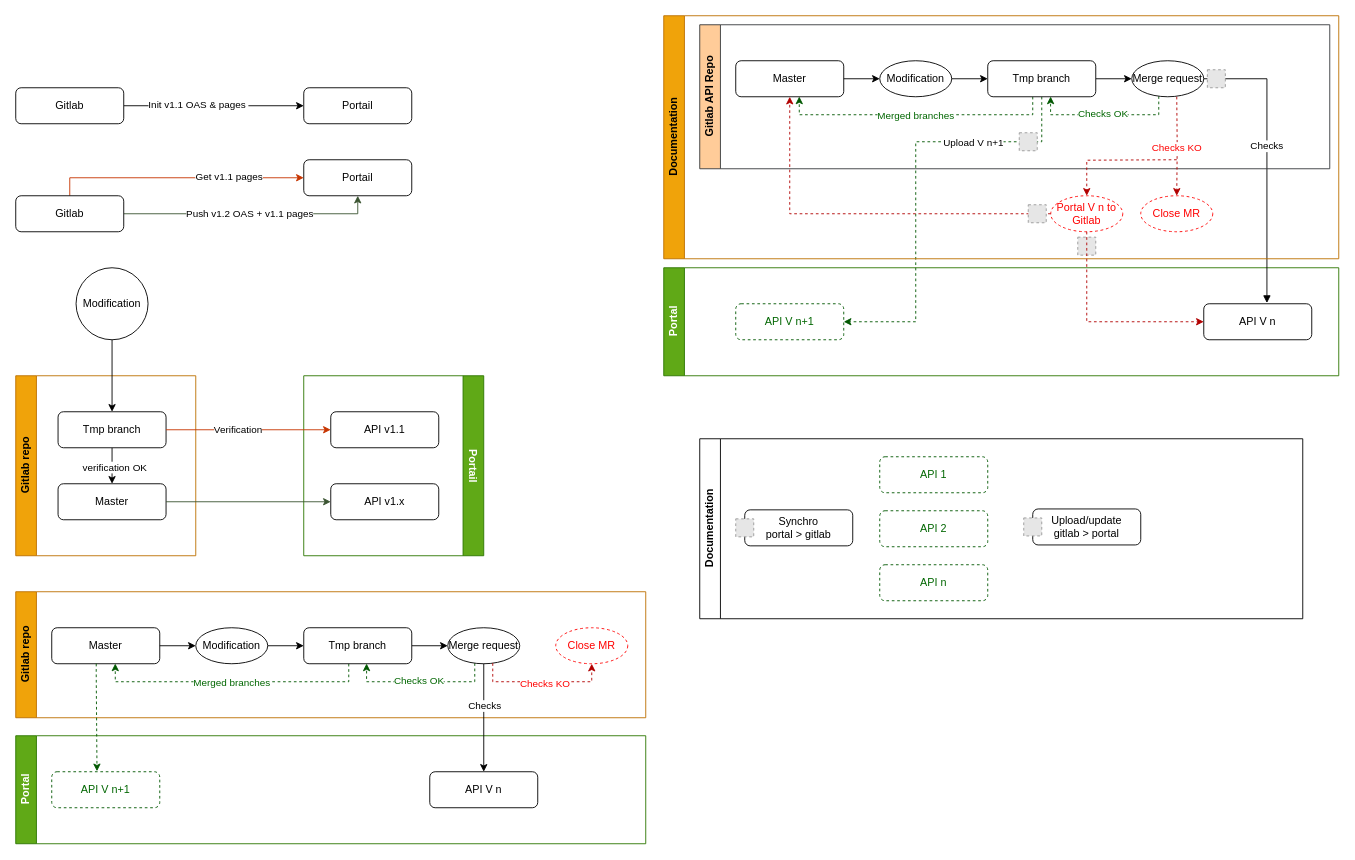
This is page "Page-3" (3 of 4) of Pronovix-cicd-implementation.drawio from 41M3/draw.io, a draw.io file, before an edit. Source tidied: cells renumbered, new cells numbered last; positions are measured from the earlier drawing's top-left corner, leaving out a move shared by most shapes. Both pictures are drawn from the tidied source at 90%, with x=0, y=0 at pixel (15, 15). Pictures stored in the file or linked from it are replaced by grey dashed boxes.
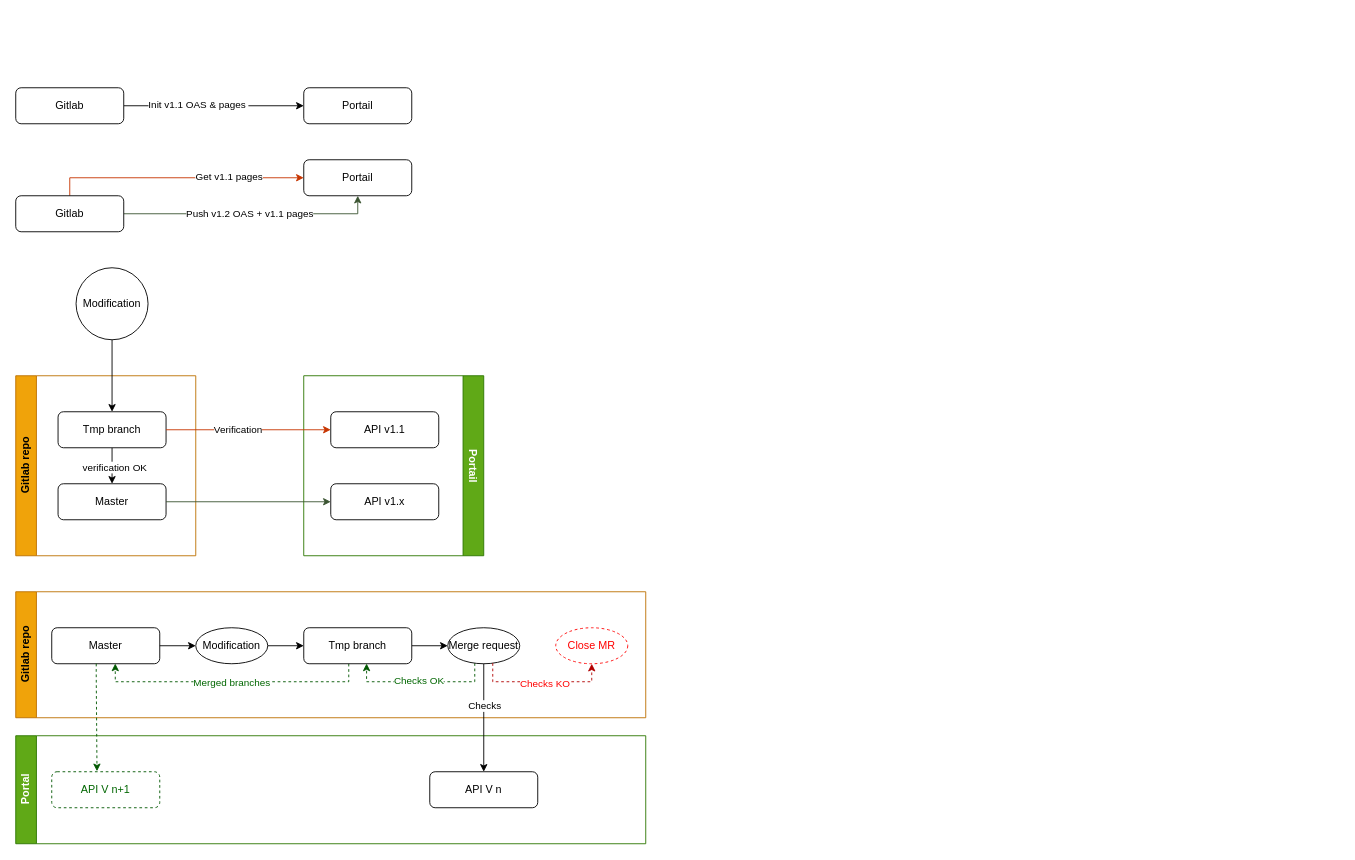
The same diagram, later.

Commit message:
Mettre à jour Pronovix-cicd-implementation.drawio

Diff of the diagram source:
```diff
@@
-    <mxCell id="45" value="Portal" style="swimlane;horizontal=0;whiteSpace=wrap;html=1;rotation=0;fillColor=#60a917;fontColor=#ffffff;strokeColor=#2D7600;" parent="1" vertex="1">
-      <mxGeometry x="720" y="280" width="750" height="120" as="geometry" />
-    </mxCell>
-    <mxCell id="46" value="&lt;font&gt;API V n+1&lt;/font&gt;" style="rounded=1;whiteSpace=wrap;html=1;dashed=1;fillColor=#FFFFFF;fontColor=#006600;strokeColor=#005700;" parent="45" vertex="1">
-      <mxGeometry x="80" y="40" width="120" height="40" as="geometry" />
-    </mxCell>
-    <mxCell id="47" value="API V n" style="rounded=1;whiteSpace=wrap;html=1;" parent="45" vertex="1">
-      <mxGeometry x="600" y="40" width="120" height="40" as="geometry" />
-    </mxCell>
-    <mxCell id="48" style="edgeStyle=orthogonalEdgeStyle;rounded=0;jettySize=auto;html=1;entryX=1;entryY=0.5;entryDx=0;entryDy=0;exitX=0.5;exitY=1;exitDx=0;exitDy=0;dashed=1;fillColor=#008a00;strokeColor=#005700;" parent="1" edge="1" source="57" target="46">
-      <mxGeometry relative="1" as="geometry">
-        <Array as="points">
-          <mxPoint x="1140" y="140" />
-          <mxPoint x="1000" y="140" />
-          <mxPoint x="1000" y="340" />
-        </Array>
-      </mxGeometry>
-    </mxCell>
-    <mxCell id="49" value="Upload V n+1" style="edgeLabel;html=1;align=center;verticalAlign=middle;" parent="48" vertex="1">
-      <mxGeometry x="-0.46" relative="1" as="geometry" />
-    </mxCell>
-    <mxCell id="50" style="edgeStyle=orthogonalEdgeStyle;rounded=0;jettySize=auto;html=1;entryX=1;entryY=0.5;entryDx=0;entryDy=0;exitX=0.585;exitY=-0.02;exitDx=0;exitDy=0;exitPerimeter=0;startArrow=block;startFill=1;endArrow=none;endFill=0;" parent="1" edge="1" source="47" target="61">
-      <mxGeometry relative="1" as="geometry">
-        <Array as="points">
-          <mxPoint x="1390" y="70" />
-        </Array>
-      </mxGeometry>
-    </mxCell>
-    <mxCell id="51" value="Checks" style="edgeLabel;html=1;align=center;verticalAlign=middle;" parent="50" vertex="1">
-      <mxGeometry x="0.12" y="1" relative="1" as="geometry">
-        <mxPoint y="4" as="offset" />
-      </mxGeometry>
-    </mxCell>
-    <mxCell id="52" value="Documentation" style="swimlane;horizontal=0;whiteSpace=wrap;html=1;fillColor=#f0a30a;fontColor=#000000;strokeColor=#BD7000;" parent="1" vertex="1">
-      <mxGeometry x="720" width="750" height="270" as="geometry" />
-    </mxCell>
-    <mxCell id="53" value="Gitlab API Repo" style="swimlane;horizontal=0;whiteSpace=wrap;html=1;fillColor=#ffcc99;strokeColor=#36393d;" parent="52" vertex="1">
-      <mxGeometry x="40" y="10" width="700" height="160" as="geometry" />
-    </mxCell>
-    <mxCell id="54" style="edgeStyle=orthogonalEdgeStyle;rounded=0;jettySize=auto;html=1;entryX=0.588;entryY=0.994;entryDx=0;entryDy=0;entryPerimeter=0;dashed=1;fillColor=#008a00;strokeColor=#005700;" parent="53" edge="1" source="57" target="58">
-      <mxGeometry relative="1" as="geometry">
-        <Array as="points">
-          <mxPoint x="370" y="100" />
-          <mxPoint x="110" y="100" />
-          <mxPoint x="110" y="80" />
-        </Array>
-      </mxGeometry>
-    </mxCell>
-    <mxCell id="55" value="Merged branches" style="edgeLabel;html=1;align=center;verticalAlign=middle;fontColor=#006600;" parent="54" vertex="1">
-      <mxGeometry x="0.01" relative="1" as="geometry" />
-    </mxCell>
-    <mxCell id="56" style="edgeStyle=orthogonalEdgeStyle;rounded=0;jettySize=auto;html=1;entryX=0;entryY=0.5;entryDx=0;entryDy=0;" parent="53" edge="1" source="57" target="61">
-      <mxGeometry relative="1" as="geometry" />
-    </mxCell>
-    <mxCell id="57" value="Tmp branch" style="rounded=1;whiteSpace=wrap;html=1;" parent="53" vertex="1">
-      <mxGeometry x="320" y="40" width="120" height="40" as="geometry" />
-    </mxCell>
-    <mxCell id="58" value="Master" style="rounded=1;whiteSpace=wrap;html=1;" parent="53" vertex="1">
-      <mxGeometry x="40" y="40" width="120" height="40" as="geometry" />
-    </mxCell>
-    <mxCell id="59" style="edgeStyle=orthogonalEdgeStyle;rounded=0;jettySize=auto;html=1;entryX=0.582;entryY=0.993;entryDx=0;entryDy=0;entryPerimeter=0;dashed=1;fillColor=#008a00;strokeColor=#005700;" parent="53" edge="1" source="61" target="57">
-      <mxGeometry relative="1" as="geometry">
-        <Array as="points">
-          <mxPoint x="510" y="100" />
-          <mxPoint x="390" y="100" />
-          <mxPoint x="390" y="80" />
-        </Array>
-      </mxGeometry>
-    </mxCell>
-    <mxCell id="60" value="Checks OK" style="edgeLabel;html=1;align=center;verticalAlign=middle;fontColor=#006600;" parent="59" vertex="1">
-      <mxGeometry x="0.03" y="-2" relative="1" as="geometry" />
-    </mxCell>
-    <mxCell id="61" value="Merge request" style="ellipse;whiteSpace=wrap;html=1;" parent="53" vertex="1">
-      <mxGeometry x="480" y="40" width="80" height="40" as="geometry" />
-    </mxCell>
-    <mxCell id="62" value="Modification" style="ellipse;whiteSpace=wrap;html=1;" parent="53" vertex="1">
-      <mxGeometry x="200" y="40" width="80" height="40" as="geometry" />
-    </mxCell>
-    <mxCell id="63" style="edgeStyle=orthogonalEdgeStyle;rounded=0;jettySize=auto;html=1;entryX=0;entryY=0.5;entryDx=0;entryDy=0;" parent="53" edge="1" source="62" target="57">
-      <mxGeometry relative="1" as="geometry" />
-    </mxCell>
-    <mxCell id="64" style="edgeStyle=orthogonalEdgeStyle;rounded=0;jettySize=auto;html=1;entryX=0;entryY=0.5;entryDx=0;entryDy=0;" parent="53" edge="1" source="58" target="62">
-      <mxGeometry relative="1" as="geometry" />
-    </mxCell>
-    <mxCell id="65" style="edgeStyle=orthogonalEdgeStyle;rounded=0;jettySize=auto;html=1;dashed=1;fillColor=#e51400;strokeColor=#B20000;exitX=0.5;exitY=1;exitDx=0;exitDy=0;entryX=0.5;entryY=0;entryDx=0;entryDy=0;" parent="53" edge="1" target="69">
-      <mxGeometry relative="1" as="geometry">
-        <mxPoint x="530" y="80" as="sourcePoint" />
-      </mxGeometry>
-    </mxCell>
-    <mxCell id="66" value="&lt;font color=&quot;#ff0000&quot;&gt;Checks KO&lt;/font&gt;" style="edgeLabel;html=1;align=center;verticalAlign=middle;" parent="65" vertex="1">
-      <mxGeometry x="0.03" y="-1" relative="1" as="geometry" />
-    </mxCell>
-    <mxCell id="67" style="fillColor=#E6E6E6;strokeColor=#999999;dashed=1;verticalLabelPosition=bottom;labelBackgroundColor=default;verticalAlign=top;fontColor=#7F00FF;" parent="53" vertex="1">
-      <mxGeometry x="564" y="50" width="20" height="20" as="geometry" />
-    </mxCell>
-    <mxCell id="68" style="fillColor=#E6E6E6;strokeColor=#999999;dashed=1;verticalLabelPosition=bottom;labelBackgroundColor=default;verticalAlign=top;fontColor=#7F00FF;" parent="53" vertex="1">
-      <mxGeometry x="355" y="120" width="20" height="20" as="geometry" />
-    </mxCell>
-    <mxCell id="69" value="&lt;font color=&quot;#ff0000&quot;&gt;Close MR&lt;/font&gt;" style="ellipse;whiteSpace=wrap;html=1;dashed=1;strokeColor=#FF0000;" parent="52" vertex="1">
-      <mxGeometry x="530" y="200" width="80" height="40" as="geometry" />
-    </mxCell>
-    <mxCell id="70" value="Portal V n to Gitlab" style="ellipse;whiteSpace=wrap;html=1;strokeColor=#FF0000;dashed=1;fontColor=#FF0000;" parent="52" vertex="1">
-      <mxGeometry x="430" y="200" width="80" height="40" as="geometry" />
-    </mxCell>
-    <mxCell id="71" style="edgeStyle=orthogonalEdgeStyle;rounded=0;jettySize=auto;html=1;dashed=1;fillColor=#e51400;strokeColor=#B20000;entryX=0.5;entryY=0;entryDx=0;entryDy=0;" parent="52" edge="1" target="70">
-      <mxGeometry relative="1" as="geometry">
-        <mxPoint x="570" y="160" as="sourcePoint" />
-      </mxGeometry>
-    </mxCell>
-    <mxCell id="72" style="edgeStyle=orthogonalEdgeStyle;rounded=0;jettySize=auto;html=1;dashed=1;fillColor=#e51400;strokeColor=#B20000;exitX=0;exitY=0.5;exitDx=0;exitDy=0;entryX=0.5;entryY=1;entryDx=0;entryDy=0;" parent="52" edge="1" source="70" target="58">
-      <mxGeometry relative="1" as="geometry" />
-    </mxCell>
-    <mxCell id="73" style="fillColor=#E6E6E6;strokeColor=#999999;dashed=1;verticalLabelPosition=bottom;labelBackgroundColor=default;verticalAlign=top;fontColor=#7F00FF;" parent="52" vertex="1">
-      <mxGeometry x="405" y="210" width="20" height="20" as="geometry" />
-    </mxCell>
-    <mxCell id="74" style="fillColor=#E6E6E6;strokeColor=#999999;dashed=1;verticalLabelPosition=bottom;labelBackgroundColor=default;verticalAlign=top;fontColor=#7F00FF;" parent="52" vertex="1">
-      <mxGeometry x="460" y="246" width="20" height="20" as="geometry" />
-    </mxCell>
-    <mxCell id="75" style="edgeStyle=orthogonalEdgeStyle;rounded=0;jettySize=auto;html=1;dashed=1;fillColor=#e51400;strokeColor=#B20000;exitX=0.5;exitY=1;exitDx=0;exitDy=0;entryX=0;entryY=0.5;entryDx=0;entryDy=0;" parent="1" edge="1" source="70" target="47">
-      <mxGeometry relative="1" as="geometry">
-        <Array as="points">
-          <mxPoint x="1190" y="340" />
-        </Array>
-      </mxGeometry>
-    </mxCell>
-    <mxCell id="76" value="Documentation" style="swimlane;horizontal=0;whiteSpace=wrap;html=1;" parent="1" vertex="1">
-      <mxGeometry x="760" y="470" width="670" height="200" as="geometry" />
-    </mxCell>
-    <mxCell id="77" value="&lt;font&gt;API 1&lt;/font&gt;" style="rounded=1;whiteSpace=wrap;html=1;dashed=1;fillColor=#FFFFFF;fontColor=#006600;strokeColor=#005700;" parent="76" vertex="1">
-      <mxGeometry x="200" y="20" width="120" height="40" as="geometry" />
-    </mxCell>
-    <mxCell id="78" value="&lt;font&gt;API 2&lt;/font&gt;" style="rounded=1;whiteSpace=wrap;html=1;dashed=1;fillColor=#FFFFFF;fontColor=#006600;strokeColor=#005700;" parent="76" vertex="1">
-      <mxGeometry x="200" y="80" width="120" height="40" as="geometry" />
-    </mxCell>
-    <mxCell id="79" value="&lt;font&gt;API n&lt;/font&gt;" style="rounded=1;whiteSpace=wrap;html=1;dashed=1;fillColor=#FFFFFF;fontColor=#006600;strokeColor=#005700;" parent="76" vertex="1">
-      <mxGeometry x="200" y="140" width="120" height="40" as="geometry" />
-    </mxCell>
-    <mxCell id="80" style="group;" parent="76" vertex="1">
-      <mxGeometry x="40" y="79" width="130" height="40" as="geometry" />
-    </mxCell>
-    <mxCell id="81" value="Synchro&lt;br&gt;portal &amp;gt; gitlab" style="rounded=1;whiteSpace=wrap;html=1;" parent="80" vertex="1">
-      <mxGeometry x="10" width="120" height="40" as="geometry" />
-    </mxCell>
-    <mxCell id="82" style="fillColor=#E6E6E6;strokeColor=#999999;dashed=1;verticalLabelPosition=bottom;labelBackgroundColor=default;verticalAlign=top;fontColor=#7F00FF;" parent="80" vertex="1">
-      <mxGeometry y="10" width="20" height="20" as="geometry" />
-    </mxCell>
-    <mxCell id="83" style="group;" parent="76" vertex="1">
-      <mxGeometry x="360" y="78" width="130" height="40" as="geometry" />
-    </mxCell>
-    <mxCell id="84" value="Upload/update&lt;div&gt;gitlab &amp;gt; portal&lt;/div&gt;" style="rounded=1;whiteSpace=wrap;html=1;" parent="83" vertex="1">
-      <mxGeometry x="10" width="120" height="40" as="geometry" />
-    </mxCell>
-    <mxCell id="85" style="fillColor=#E6E6E6;strokeColor=#999999;dashed=1;verticalLabelPosition=bottom;labelBackgroundColor=default;verticalAlign=top;fontColor=#7F00FF;" parent="83" vertex="1">
-      <mxGeometry y="10" width="20" height="20" as="geometry" />
-    </mxCell>
```
